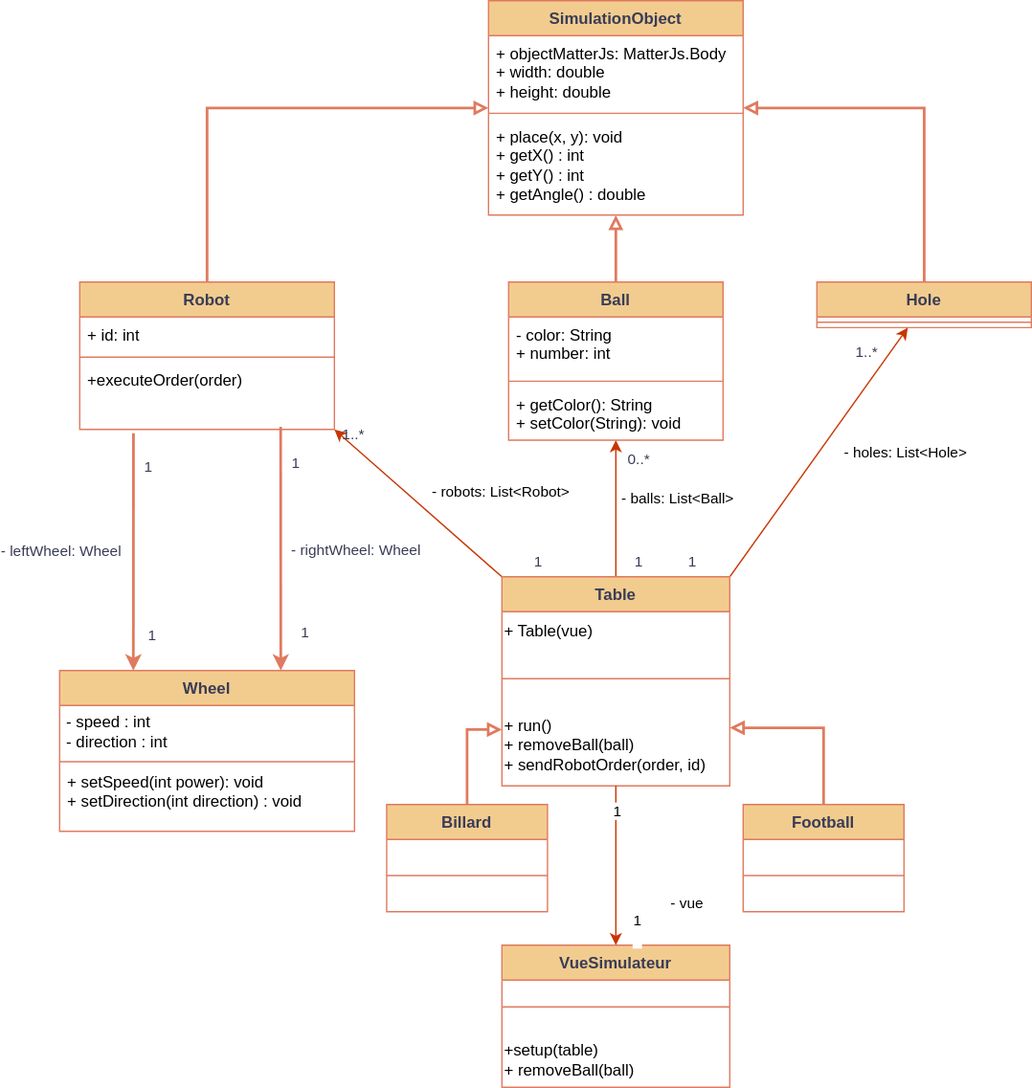
Earlier version of the draw.io export Documents/Iteration2/Classe/Diagramme_Classe.svg (Akip2/RobotBillard). Source tidied: cells renumbered, new cells last; positions are measured from the earlier drawing's top-left corner, leaving out a move shared by most shapes.
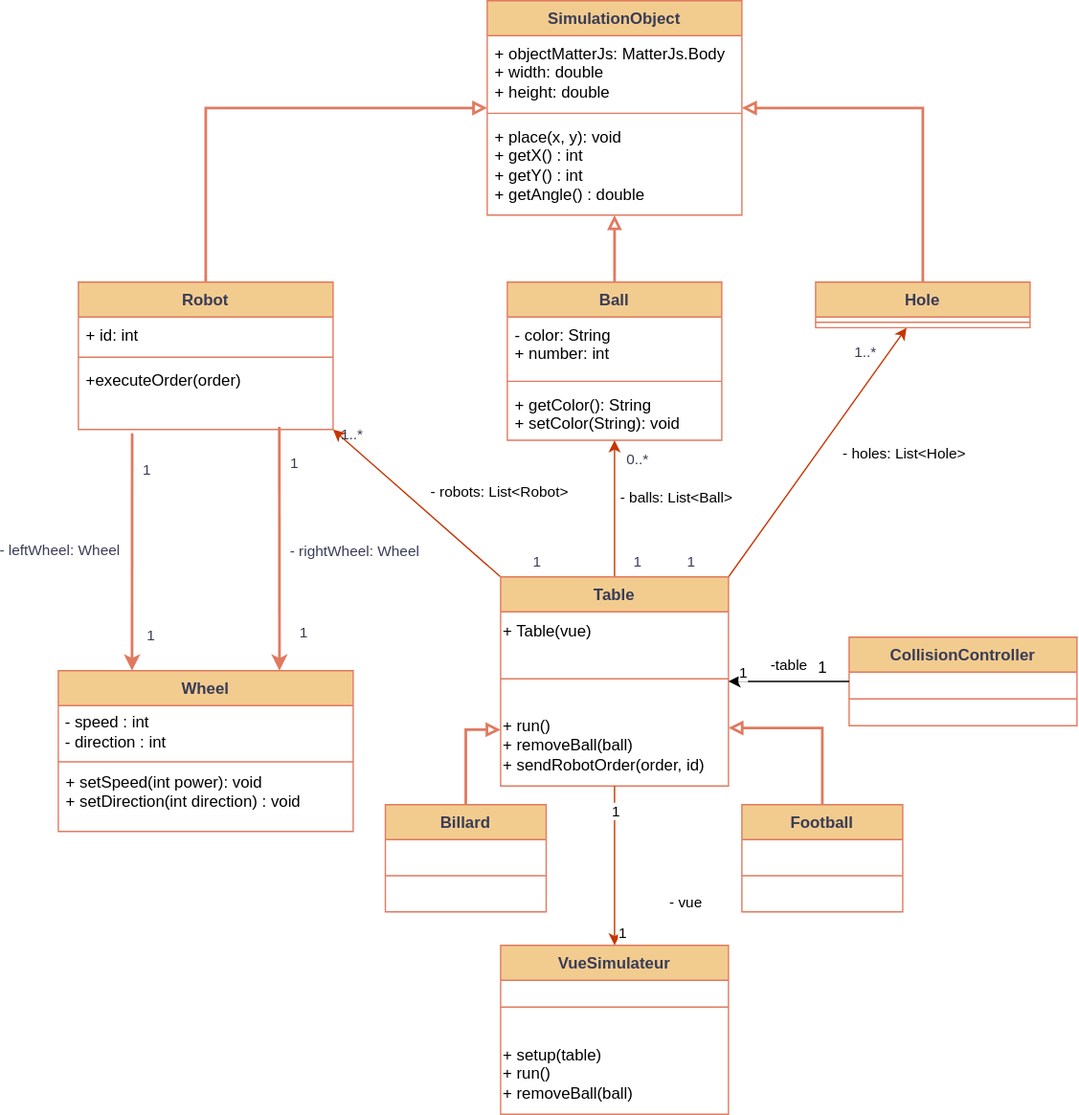
The same diagram one commit later.

Commit message:
Diagramme de classe modifié

Diff of the diagram source:
```diff
@@ -194,13 +194,13 @@
       </mxGeometry>
     </mxCell>
     <mxCell id="53" value="&lt;b&gt;VueSimulateur&lt;/b&gt;" style="swimlane;fontStyle=0;align=center;verticalAlign=top;horizontal=1;startSize=26;whiteSpace=wrap;html=1;rounded=0;labelBackgroundColor=none;fillColor=#F2CC8F;strokeColor=#E07A5F;fontColor=#393C56;" parent="1" vertex="1">
-      <mxGeometry x="330" y="705" width="170" height="106" as="geometry" />
+      <mxGeometry x="330" y="705" width="170" height="126" as="geometry" />
     </mxCell>
     <mxCell id="54" style="line;strokeWidth=1;fillColor=none;align=left;verticalAlign=middle;spacingTop=-1;spacingLeft=3;spacingRight=3;labelPosition=right;strokeColor=#E07A5F;rounded=0;labelBackgroundColor=none;fontColor=#393C56;fontStyle=0;" parent="53" vertex="1">
       <mxGeometry y="26" width="170" height="40" as="geometry" />
     </mxCell>
-    <mxCell id="55" value="&lt;div&gt;+setup(table)&lt;/div&gt;&lt;div&gt;+ removeBall(ball)&lt;/div&gt;" style="text;html=1;align=left;verticalAlign=middle;strokeColor=none;fillColor=none;" parent="53" vertex="1">
-      <mxGeometry y="66" width="170" height="40" as="geometry" />
+    <mxCell id="55" value="&lt;div&gt;+ setup(table)&lt;/div&gt;&lt;div&gt;+ run()&lt;/div&gt;&lt;div&gt;+ removeBall(ball)&lt;/div&gt;" style="text;html=1;align=left;verticalAlign=middle;strokeColor=none;fillColor=none;" parent="53" vertex="1">
+      <mxGeometry y="66" width="170" height="60" as="geometry" />
     </mxCell>
     <mxCell id="56" style="endArrow=classic;html=1;rounded=0;fillColor=#fa6800;strokeColor=#C73500;" parent="1" edge="1" source="42" target="53">
       <mxGeometry relative="1" as="geometry" />
@@ -213,10 +213,32 @@
     <mxCell id="58" value="1" style="edgeLabel;html=1;align=center;verticalAlign=middle;" parent="56" vertex="1">
       <mxGeometry x="-0.69" relative="1" as="geometry" />
     </mxCell>
-    <mxCell id="59" value="1&lt;div&gt;&lt;br&gt;&lt;/div&gt;" style="edgeLabel;html=1;align=center;verticalAlign=middle;" parent="56" vertex="1">
+    <mxCell id="59" value="1" style="edgeLabel;html=1;align=center;verticalAlign=middle;" parent="56" vertex="1">
       <mxGeometry x="0.81" y="-4" relative="1" as="geometry">
-        <mxPoint x="19" as="offset" />
+        <mxPoint x="9" y="1" as="offset" />
       </mxGeometry>
     </mxCell>
+    <mxCell id="60" value="&lt;b&gt;CollisionController&lt;/b&gt;" style="swimlane;fontStyle=0;align=center;verticalAlign=top;horizontal=1;startSize=26;whiteSpace=wrap;html=1;rounded=0;labelBackgroundColor=none;fillColor=#F2CC8F;strokeColor=#E07A5F;fontColor=#393C56;" parent="1" vertex="1">
+      <mxGeometry x="590" y="475" width="170" height="66" as="geometry" />
+    </mxCell>
+    <mxCell id="61" style="line;strokeWidth=1;fillColor=none;align=left;verticalAlign=middle;spacingTop=-1;spacingLeft=3;spacingRight=3;labelPosition=right;strokeColor=#E07A5F;rounded=0;labelBackgroundColor=none;fontColor=#393C56;fontStyle=0;" parent="60" vertex="1">
+      <mxGeometry y="26" width="170" height="40" as="geometry" />
+    </mxCell>
+    <mxCell id="62" style="endArrow=classic;html=1;rounded=0;" parent="1" edge="1" source="60" target="42">
+      <mxGeometry relative="1" as="geometry" />
+    </mxCell>
+    <mxCell id="63" value="1" style="edgeLabel;html=1;align=center;verticalAlign=middle;" parent="62" vertex="1">
+      <mxGeometry x="0.25" y="-2" relative="1" as="geometry">
+        <mxPoint x="-24" y="-5" as="offset" />
+      </mxGeometry>
+    </mxCell>
+    <mxCell id="64" value="-table" style="edgeLabel;html=1;align=center;verticalAlign=middle;" parent="62" vertex="1">
+      <mxGeometry x="0.02" y="-1" relative="1" as="geometry">
+        <mxPoint y="-12" as="offset" />
+      </mxGeometry>
+    </mxCell>
+    <mxCell id="65" value="1" style="text;html=1;align=center;verticalAlign=middle;strokeColor=none;fillColor=none;" parent="1" vertex="1">
+      <mxGeometry x="555" y="483" width="30" height="30" as="geometry" />
+    </mxCell>
   </root>
 </mxGraphModel>
```
